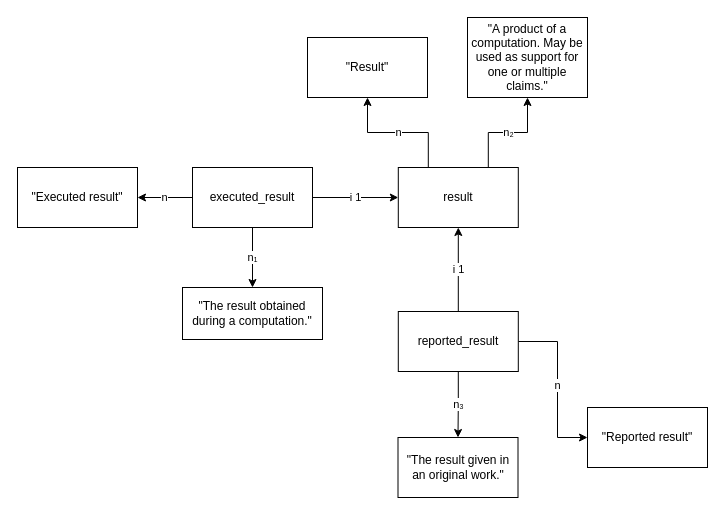
Before: page "13-result" (9 of 11) of model-analysis-errors.drawio in nicebread/scientific_errors, a draw.io diagram. Source tidied: cells renumbered, new cells numbered last; positions are measured from the earlier drawing's top-left corner, leaving out a move shared by most shapes. Both pictures are drawn from the tidied source at 100%, with x=0, y=0 at pixel (17, 17).
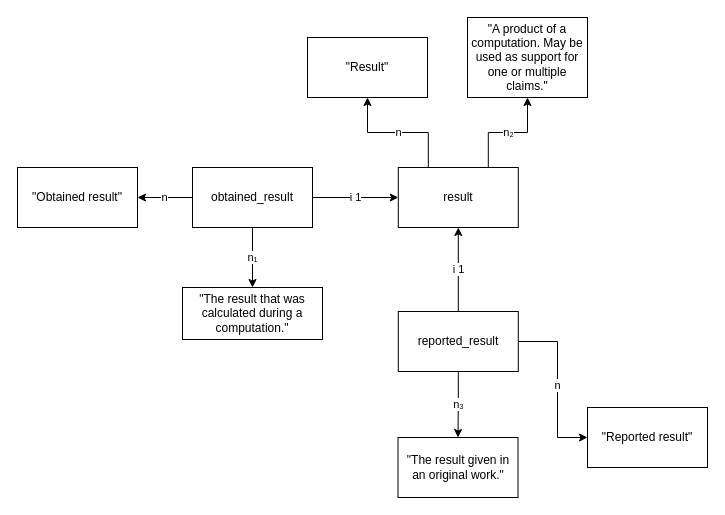
Above is the later version.

Commit message (it also covers changes not shown here):
Use "obtained" rather than "executed" result

The edit, as a diff of the source:
```diff
@@
-    <mxCell id="8" value="executed_result" style="rounded=0;whiteSpace=wrap;html=1;" parent="1" vertex="1">
+    <mxCell id="8" value="obtained_result" style="rounded=0;whiteSpace=wrap;html=1;" parent="1" vertex="1">
       <mxGeometry x="175" y="150" width="120" height="60" as="geometry" />
     </mxCell>
@@
-    <mxCell id="14" value="&quot;The result obtained during a computation.&quot;" style="rounded=0;whiteSpace=wrap;html=1;" parent="1" vertex="1">
+    <mxCell id="14" value="&quot;The result that was calculated during a computation.&quot;" style="rounded=0;whiteSpace=wrap;html=1;" parent="1" vertex="1">
       <mxGeometry x="165" y="270" width="140" height="52" as="geometry" />
     </mxCell>
-    <mxCell id="15" value="&quot;Executed result&quot;" style="rounded=0;whiteSpace=wrap;html=1;" parent="1" vertex="1">
+    <mxCell id="15" value="&quot;Obtained result&quot;" style="rounded=0;whiteSpace=wrap;html=1;" parent="1" vertex="1">
       <mxGeometry y="150" width="120" height="60" as="geometry" />
     </mxCell>
```
